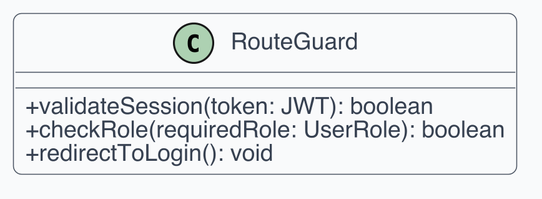
The PlantUML diagram src/PB/Documentazione Esterna/Contenuti/componenti_specifiche_tecniche/assets/uml_frontend/01_routeguard.png in swenightpro/Documentazione, before a commit.
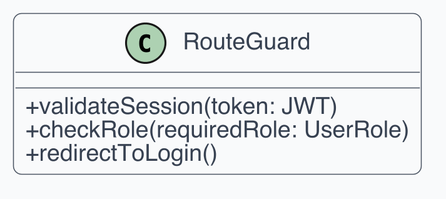
The same diagram one commit later.

Change to the diagram source:
```diff
@@ -1,8 +1,24 @@
 @startuml
-!include _style.iuml
-class RouteGuard {
-  +validateSession(token: JWT): boolean
-  +checkRole(requiredRole: UserRole): boolean
-  +redirectToLogin(): void
+skinparam dpi 300
+skinparam shadowing false
+skinparam backgroundColor White
+skinparam defaultFontName Helvetica
+skinparam defaultFontSize 12
+skinparam ArrowColor #4B5563
+skinparam ArrowThickness 1
+skinparam roundcorner 8
+skinparam class {
+  BackgroundColor #F9FAFB
+  BorderColor #4B5563
+  FontColor #111827
+  AttributeFontColor #374151
+  StereotypeFontColor #6B7280
+}
+skinparam classAttributeIconSize 0
+
+class "RouteGuard" as C1 {
+  + validateSession(token: JWT)
+  + checkRole(requiredRole: UserRole)
+  + redirectToLogin()
 }
 @enduml
```
